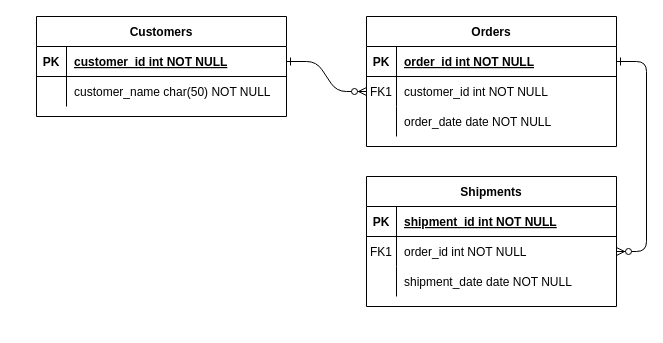
Before: ER.drawio in Marcrulo/DB_course, a draw.io diagram. Source tidied: cells renumbered, new cells numbered last; positions are measured from the earlier drawing's top-left corner, leaving out a move shared by most shapes. Both pictures are drawn from the tidied source at 100%, with x=0, y=0 at pixel (36, 16).
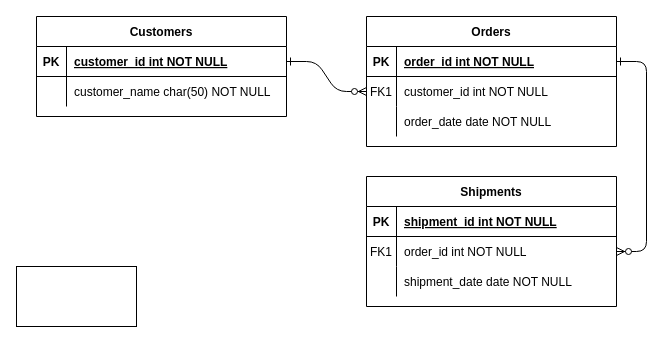
The same diagram, later.

Change to the diagram source:
```diff
@@
+    <mxCell id="31" style="rounded=0;whiteSpace=wrap;html=1;" parent="1" vertex="1">
+      <mxGeometry x="-20" y="250" width="120" height="60" as="geometry" />
+    </mxCell>
```
